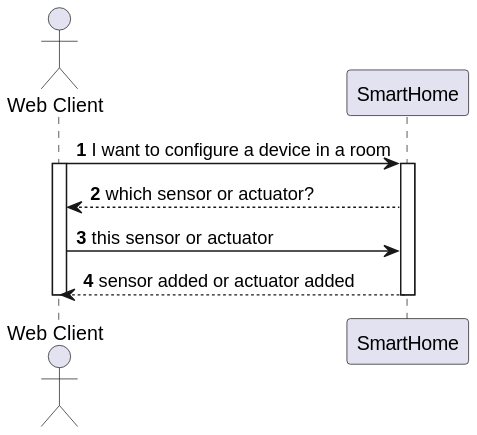
The PlantUML diagram docs/useCases/uc20_frontendToConfigureADevice/artifacts/UC20_SSD.svg in olivDiogo/SmartHome, before a commit. Its diagram source:
```plantuml
@startuml
!pragma layout smetana

autonumber

actor "Web Client" as User

participant "SmartHome" as SH

User -> SH : I want to configure a device in a room
activate User
activate SH

SH --> User : which sensor or actuator?


User -> SH : this sensor or actuator


SH --> User : sensor added or actuator added
deactivate User
deactivate SH
@enduml
```
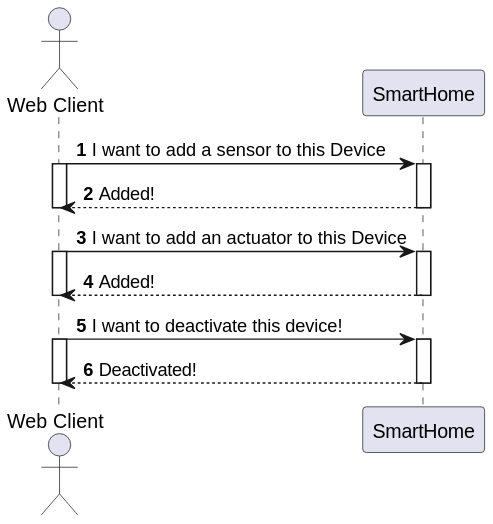
Later version of the same file.

The edit, as a diff of the source:
```diff
@@ -7,17 +7,27 @@
 
 participant "SmartHome" as SH
 
-User -> SH : I want to configure a device in a room
+User -> SH : I want to add a sensor to this Device
 activate User
 activate SH
 
-SH --> User : which sensor or actuator?
+SH --> User : Added!
+deactivate User
+deactivate SH
 
+User -> SH : I want to add an actuator to this Device
+activate User
+activate SH
 
-User -> SH : this sensor or actuator
+SH --> User : Added!
+deactivate User
+deactivate SH
 
+User -> SH : I want to deactivate this device!
+activate User
+activate SH
 
-SH --> User : sensor added or actuator added
+SH --> User : Deactivated!
 deactivate User
 deactivate SH
 @enduml
```
